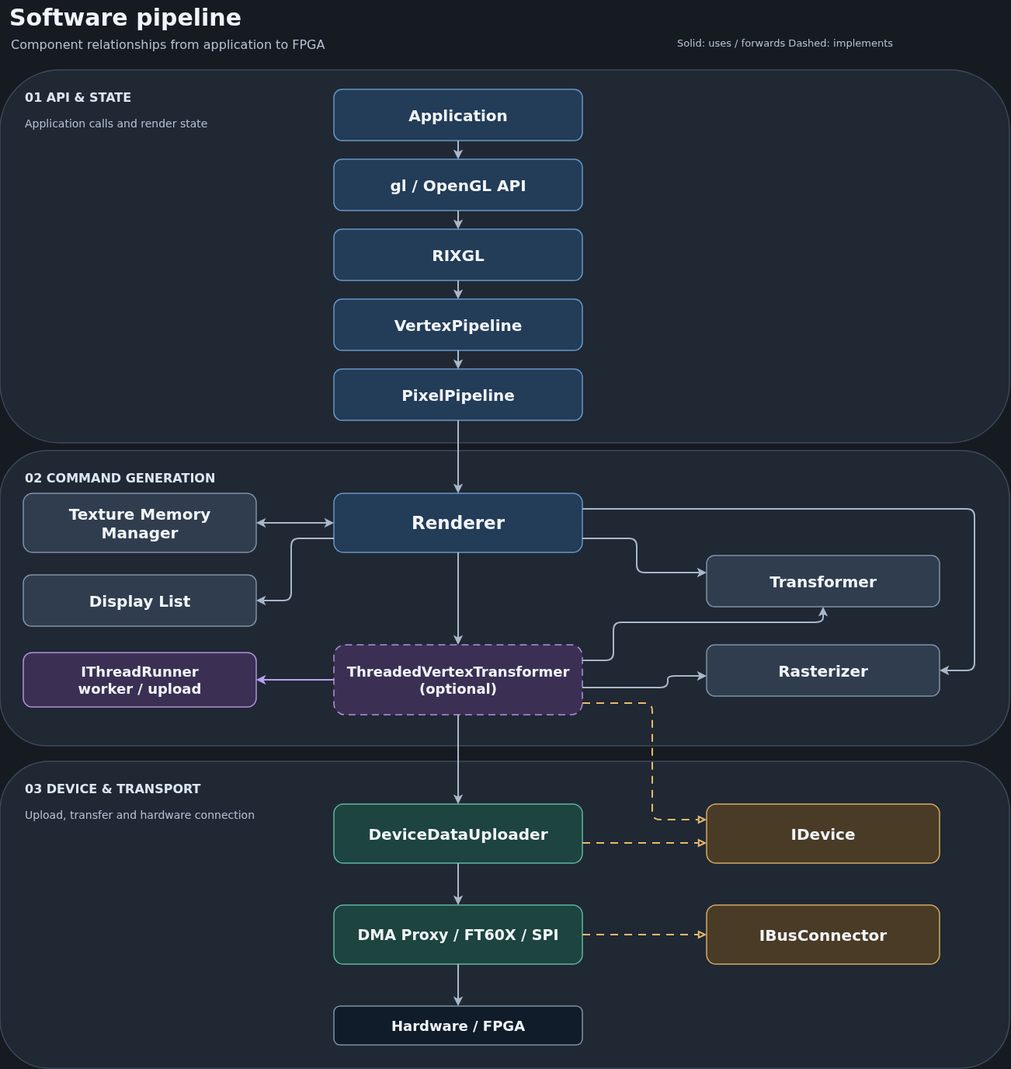
This is pictures/softwareFlow.drawio.png from ToNi3141/RasterIX, a draw.io export, as it was before one commit. Source tidied: cells renumbered, new cells last; positions are measured from the earlier drawing's top-left corner, leaving out a move shared by most shapes.
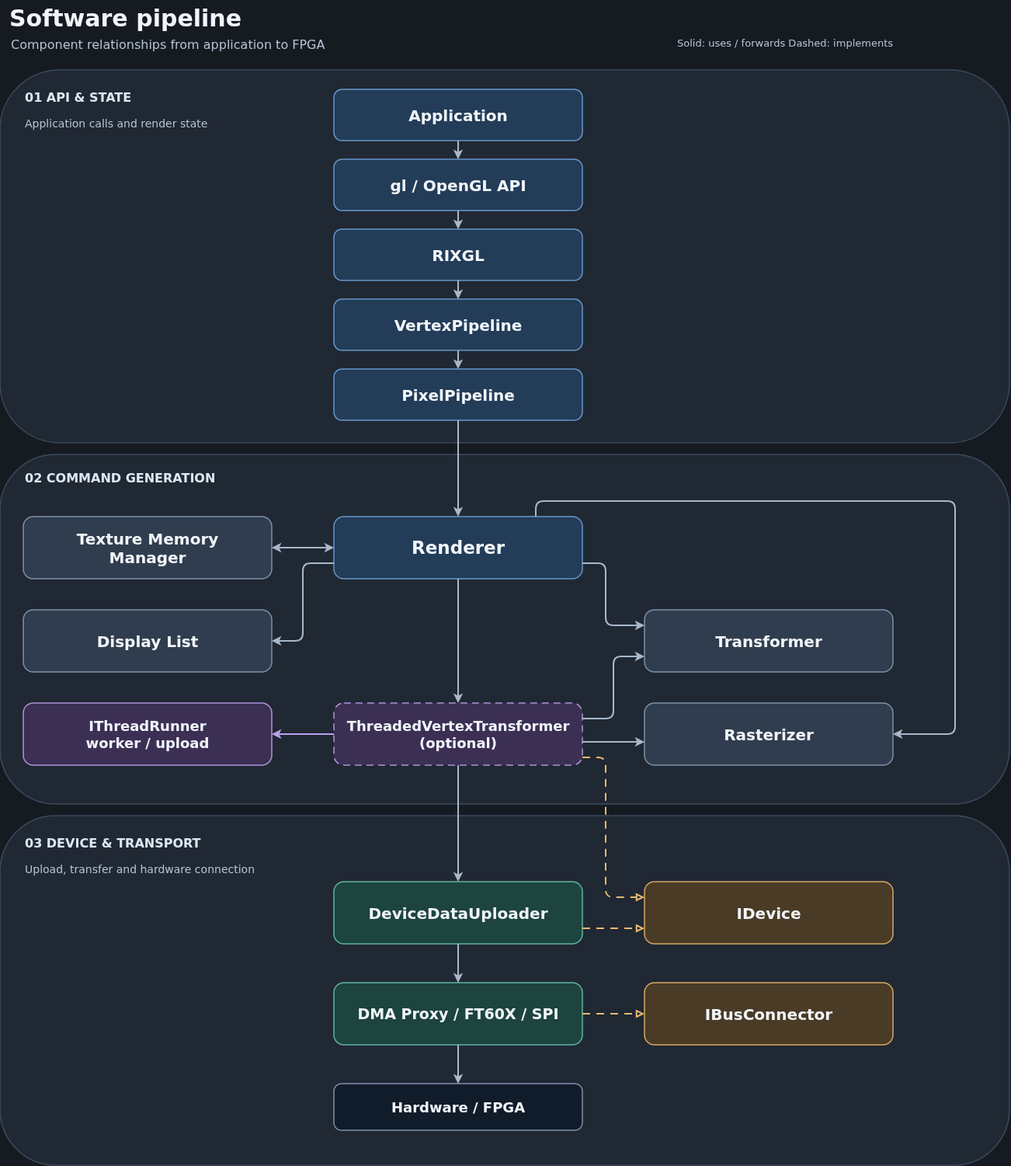
The same file after the commit.

What changed in the source:
```diff
@@ -12,19 +12,19 @@
       <mxGeometry x="30" y="145" width="390" height="28" as="geometry" />
     </mxCell>
     <mxCell id="5" style="rounded=1;whiteSpace=wrap;html=0;arcSize=16;fillColor=#202833;strokeColor=#3d4a5c;strokeWidth=1.5;fontFamily=DejaVu Sans;fontSize=20;fontColor=#f1f5f9;fontStyle=0;" parent="1" vertex="1">
-      <mxGeometry y="580" width="1300" height="380" as="geometry" />
+      <mxGeometry y="585" width="1300" height="450" as="geometry" />
     </mxCell>
     <mxCell id="6" value="02  COMMAND GENERATION" style="rounded=1;whiteSpace=wrap;html=0;arcSize=16;fillColor=none;strokeColor=none;strokeWidth=1.5;fontFamily=DejaVu Sans;fontSize=16;fontColor=#dbe7f3;fontStyle=1;fillColor=none;strokeColor=none;align=left;" parent="1" vertex="1">
       <mxGeometry x="30" y="600" width="390" height="30" as="geometry" />
     </mxCell>
     <mxCell id="7" style="rounded=1;whiteSpace=wrap;html=0;arcSize=16;fillColor=#202833;strokeColor=#3d4a5c;strokeWidth=1.5;fontFamily=DejaVu Sans;fontSize=20;fontColor=#f1f5f9;fontStyle=0;" parent="1" vertex="1">
-      <mxGeometry y="980" width="1300" height="395" as="geometry" />
+      <mxGeometry y="1050" width="1300" height="450" as="geometry" />
     </mxCell>
     <mxCell id="8" value="03  DEVICE &amp; TRANSPORT" style="rounded=1;whiteSpace=wrap;html=0;arcSize=16;fillColor=none;strokeColor=none;strokeWidth=1.5;fontFamily=DejaVu Sans;fontSize=16;fontColor=#dbe7f3;fontStyle=1;fillColor=none;strokeColor=none;align=left;" parent="1" vertex="1">
-      <mxGeometry x="30" y="1000" width="390" height="30" as="geometry" />
+      <mxGeometry x="30" y="1070" width="390" height="30" as="geometry" />
     </mxCell>
     <mxCell id="9" value="Upload, transfer and hardware connection" style="rounded=1;whiteSpace=wrap;html=0;arcSize=16;fillColor=none;strokeColor=none;strokeWidth=1.5;fontFamily=DejaVu Sans;fontSize=14;fontColor=#b4c2d3;fontStyle=0;fillColor=none;strokeColor=none;align=left;" parent="1" vertex="1">
-      <mxGeometry x="30" y="1035" width="390" height="28" as="geometry" />
+      <mxGeometry x="30" y="1105" width="370" height="28" as="geometry" />
     </mxCell>
     <mxCell id="10" value="Software pipeline" style="rounded=1;whiteSpace=wrap;html=0;arcSize=16;fillColor=none;strokeColor=none;strokeWidth=1.5;fontFamily=DejaVu Sans;fontSize=30;fontColor=#f1f5f9;fontStyle=1;fillColor=none;strokeColor=none;align=left;" parent="1" vertex="1">
       <mxGeometry x="10" width="900" height="45" as="geometry" />
@@ -51,40 +51,40 @@
       <mxGeometry x="430" y="475" width="320" height="66" as="geometry" />
     </mxCell>
     <mxCell id="18" value="Renderer" style="rounded=1;whiteSpace=wrap;html=0;arcSize=16;fillColor=#233c58;strokeColor=#6596c7;strokeWidth=1.5;fontFamily=DejaVu Sans;fontSize=23;fontColor=#f1f5f9;fontStyle=1;" parent="1" vertex="1">
-      <mxGeometry x="430" y="635" width="320" height="76" as="geometry" />
+      <mxGeometry x="430" y="665" width="320" height="80" as="geometry" />
     </mxCell>
     <mxCell id="19" value="Texture Memory&#10;Manager" style="rounded=1;whiteSpace=wrap;html=0;arcSize=16;fillColor=#303d4e;strokeColor=#7d91a9;strokeWidth=1.5;fontFamily=DejaVu Sans;fontSize=20;fontColor=#f1f5f9;fontStyle=1;" parent="1" vertex="1">
-      <mxGeometry x="30" y="635" width="300" height="76" as="geometry" />
+      <mxGeometry x="30" y="665" width="320" height="80" as="geometry" />
     </mxCell>
     <mxCell id="20" value="Display List" style="rounded=1;whiteSpace=wrap;html=0;arcSize=16;fillColor=#303d4e;strokeColor=#7d91a9;strokeWidth=1.5;fontFamily=DejaVu Sans;fontSize=20;fontColor=#f1f5f9;fontStyle=1;" parent="1" vertex="1">
-      <mxGeometry x="30" y="740" width="300" height="66" as="geometry" />
+      <mxGeometry x="30" y="785" width="320" height="80" as="geometry" />
     </mxCell>
     <mxCell id="21" value="Transformer" style="rounded=1;whiteSpace=wrap;html=0;arcSize=16;fillColor=#303d4e;strokeColor=#7d91a9;strokeWidth=1.5;fontFamily=DejaVu Sans;fontSize=20;fontColor=#f1f5f9;fontStyle=1;" parent="1" vertex="1">
-      <mxGeometry x="910" y="715" width="300" height="66" as="geometry" />
+      <mxGeometry x="830" y="785" width="320" height="80" as="geometry" />
     </mxCell>
     <mxCell id="22" value="Rasterizer" style="rounded=1;whiteSpace=wrap;html=0;arcSize=16;fillColor=#303d4e;strokeColor=#7d91a9;strokeWidth=1.5;fontFamily=DejaVu Sans;fontSize=20;fontColor=#f1f5f9;fontStyle=1;" parent="1" vertex="1">
-      <mxGeometry x="910" y="830" width="300" height="66" as="geometry" />
+      <mxGeometry x="830" y="905" width="320" height="80" as="geometry" />
     </mxCell>
     <mxCell id="23" value="ThreadedVertexTransformer&#10;(optional)" style="rounded=1;whiteSpace=wrap;html=0;arcSize=16;fillColor=#3b3054;strokeColor=#af93d9;strokeWidth=1.5;fontFamily=DejaVu Sans;fontSize=18;fontColor=#f1f5f9;fontStyle=1;dashed=1;dashPattern=6 4;" parent="1" vertex="1">
-      <mxGeometry x="430" y="830" width="320" height="90" as="geometry" />
+      <mxGeometry x="430" y="905" width="320" height="80" as="geometry" />
     </mxCell>
     <mxCell id="24" value="IThreadRunner&#10;worker / upload" style="rounded=1;whiteSpace=wrap;html=0;arcSize=16;fillColor=#3b3054;strokeColor=#af93d9;strokeWidth=1.5;fontFamily=DejaVu Sans;fontSize=18;fontColor=#f1f5f9;fontStyle=1;" parent="1" vertex="1">
-      <mxGeometry x="30" y="840" width="300" height="70" as="geometry" />
+      <mxGeometry x="30" y="905" width="320" height="80" as="geometry" />
     </mxCell>
     <mxCell id="25" value="DeviceDataUploader" style="rounded=1;whiteSpace=wrap;html=0;arcSize=16;fillColor=#1d443f;strokeColor=#60b4a2;strokeWidth=1.5;fontFamily=DejaVu Sans;fontSize=20;fontColor=#f1f5f9;fontStyle=1;" parent="1" vertex="1">
-      <mxGeometry x="430" y="1035" width="320" height="76" as="geometry" />
+      <mxGeometry x="430" y="1135" width="320" height="80" as="geometry" />
     </mxCell>
     <mxCell id="26" value="IDevice" style="rounded=1;whiteSpace=wrap;html=0;arcSize=16;fillColor=#493b26;strokeColor=#d4aa65;strokeWidth=1.5;fontFamily=DejaVu Sans;fontSize=20;fontColor=#f1f5f9;fontStyle=1;" parent="1" vertex="1">
-      <mxGeometry x="910" y="1035" width="300" height="76" as="geometry" />
+      <mxGeometry x="830" y="1135" width="320" height="80" as="geometry" />
     </mxCell>
     <mxCell id="27" value="DMA Proxy / FT60X / SPI" style="rounded=1;whiteSpace=wrap;html=0;arcSize=16;fillColor=#1d443f;strokeColor=#60b4a2;strokeWidth=1.5;fontFamily=DejaVu Sans;fontSize=19;fontColor=#f1f5f9;fontStyle=1;" parent="1" vertex="1">
-      <mxGeometry x="430" y="1165" width="320" height="76" as="geometry" />
+      <mxGeometry x="430" y="1265" width="320" height="80" as="geometry" />
     </mxCell>
     <mxCell id="28" value="IBusConnector" style="rounded=1;whiteSpace=wrap;html=0;arcSize=16;fillColor=#493b26;strokeColor=#d4aa65;strokeWidth=1.5;fontFamily=DejaVu Sans;fontSize=20;fontColor=#f1f5f9;fontStyle=1;" parent="1" vertex="1">
-      <mxGeometry x="910" y="1165" width="300" height="76" as="geometry" />
+      <mxGeometry x="830" y="1265" width="320" height="80" as="geometry" />
     </mxCell>
     <mxCell id="29" value="Hardware / FPGA" style="rounded=1;whiteSpace=wrap;html=0;arcSize=16;fillColor=#111c2b;strokeColor=#7d91a9;strokeWidth=1.5;fontFamily=DejaVu Sans;fontSize=18;fontColor=#f1f5f9;fontStyle=1;" parent="1" vertex="1">
-      <mxGeometry x="430" y="1295" width="320" height="50" as="geometry" />
+      <mxGeometry x="430" y="1395" width="320" height="60" as="geometry" />
     </mxCell>
     <mxCell id="30" style="edgeStyle=orthogonalEdgeStyle;rounded=1;html=0;strokeColor=#a8b8ca;strokeWidth=2;endArrow=classic;endFill=1;exitX=0.5;exitY=1.0;exitDx=0;exitDy=0;entryX=0.5;entryY=0.0;entryDx=0;entryDy=0;" parent="1" edge="1" source="13" target="14">
       <mxGeometry relative="1" as="geometry" />
@@ -116,59 +116,54 @@
     <mxCell id="39" style="edgeStyle=orthogonalEdgeStyle;rounded=1;html=0;strokeColor=#a8b8ca;strokeWidth=2;endArrow=classic;endFill=1;startArrow=classic;startFill=1;exitX=0.0;exitY=0.5;exitDx=0;exitDy=0;entryX=1.0;entryY=0.5;entryDx=0;entryDy=0;" parent="1" edge="1" source="18" target="19">
       <mxGeometry relative="1" as="geometry" />
     </mxCell>
-    <mxCell id="40" style="edgeStyle=orthogonalEdgeStyle;rounded=1;html=0;strokeColor=#a8b8ca;strokeWidth=2;endArrow=classic;endFill=1;exitX=0.0;exitY=0.7631578947368421;exitDx=0;exitDy=0;entryX=1.0;entryY=0.5;entryDx=0;entryDy=0;" parent="1" edge="1" source="18" target="20">
+    <mxCell id="40" style="edgeStyle=orthogonalEdgeStyle;rounded=1;html=0;strokeColor=#a8b8ca;strokeWidth=2;endArrow=classic;endFill=1;exitX=0.0;exitY=0.75;exitDx=0;exitDy=0;entryX=1.0;entryY=0.5;entryDx=0;entryDy=0;" parent="1" edge="1" source="18" target="20">
       <mxGeometry relative="1" as="geometry">
         <Array as="points">
-          <mxPoint x="375" y="693" />
-          <mxPoint x="375" y="773" />
+          <mxPoint x="390" y="725" />
+          <mxPoint x="390" y="825" />
         </Array>
       </mxGeometry>
     </mxCell>
-    <mxCell id="41" style="edgeStyle=orthogonalEdgeStyle;rounded=1;html=0;strokeColor=#a8b8ca;strokeWidth=2;endArrow=classic;endFill=1;exitX=1.0;exitY=0.7631578947368421;exitDx=0;exitDy=0;entryX=0.0;entryY=0.3333333333333333;entryDx=0;entryDy=0;" parent="1" edge="1" source="18" target="21">
+    <mxCell id="41" style="edgeStyle=orthogonalEdgeStyle;rounded=1;html=0;strokeColor=#a8b8ca;strokeWidth=2;endArrow=classic;endFill=1;exitX=1.0;exitY=0.75;exitDx=0;exitDy=0;entryX=0.0;entryY=0.25;entryDx=0;entryDy=0;" parent="1" edge="1" source="18" target="21">
       <mxGeometry relative="1" as="geometry">
         <Array as="points">
-          <mxPoint x="820" y="693" />
-          <mxPoint x="820" y="737" />
+          <mxPoint x="780" y="725" />
+          <mxPoint x="780" y="805" />
         </Array>
       </mxGeometry>
     </mxCell>
-    <mxCell id="42" style="edgeStyle=orthogonalEdgeStyle;rounded=1;html=0;strokeColor=#a8b8ca;strokeWidth=2;endArrow=classic;endFill=1;exitX=1.0;exitY=0.2631578947368421;exitDx=0;exitDy=0;entryX=1.0;entryY=0.5;entryDx=0;entryDy=0;" parent="1" edge="1" source="18" target="22">
+    <mxCell id="42" style="edgeStyle=orthogonalEdgeStyle;rounded=1;html=0;strokeColor=#a8b8ca;strokeWidth=2;endArrow=classic;endFill=1;exitX=0.8125;exitY=0.0;exitDx=0;exitDy=0;entryX=1.0;entryY=0.5;entryDx=0;entryDy=0;" parent="1" edge="1" source="18" target="22">
       <mxGeometry relative="1" as="geometry">
         <Array as="points">
-          <mxPoint x="1255" y="655" />
-          <mxPoint x="1255" y="863" />
+          <mxPoint x="690" y="645" />
+          <mxPoint x="1230" y="645" />
+          <mxPoint x="1230" y="945" />
         </Array>
       </mxGeometry>
     </mxCell>
-    <mxCell id="43" style="edgeStyle=orthogonalEdgeStyle;rounded=1;html=0;strokeColor=#a8b8ca;strokeWidth=2;endArrow=classic;endFill=1;exitX=1.0;exitY=0.2222222222222222;exitDx=0;exitDy=0;entryX=0.5;entryY=1.0;entryDx=0;entryDy=0;" parent="1" edge="1" source="23" target="21">
+    <mxCell id="43" style="edgeStyle=orthogonalEdgeStyle;rounded=1;html=0;strokeColor=#a8b8ca;strokeWidth=2;endArrow=classic;endFill=1;exitX=1.0;exitY=0.25;exitDx=0;exitDy=0;entryX=0.0;entryY=0.75;entryDx=0;entryDy=0;" parent="1" edge="1" source="23" target="21">
       <mxGeometry relative="1" as="geometry">
         <Array as="points">
-          <mxPoint x="790" y="850" />
-          <mxPoint x="790" y="801" />
-          <mxPoint x="1060" y="801" />
+          <mxPoint x="790" y="925" />
+          <mxPoint x="790" y="845" />
         </Array>
       </mxGeometry>
     </mxCell>
-    <mxCell id="44" style="edgeStyle=orthogonalEdgeStyle;rounded=1;html=0;strokeColor=#a8b8ca;strokeWidth=2;endArrow=classic;endFill=1;exitX=1.0;exitY=0.6111111111111112;exitDx=0;exitDy=0;entryX=0.0;entryY=0.6060606060606061;entryDx=0;entryDy=0;" parent="1" edge="1" source="23" target="22">
-      <mxGeometry relative="1" as="geometry">
-        <Array as="points">
-          <mxPoint x="860" y="885" />
-          <mxPoint x="860" y="870" />
-        </Array>
-      </mxGeometry>
+    <mxCell id="44" style="edgeStyle=orthogonalEdgeStyle;rounded=1;html=0;strokeColor=#a8b8ca;strokeWidth=2;endArrow=classic;endFill=1;exitX=1.0;exitY=0.625;exitDx=0;exitDy=0;entryX=0.0;entryY=0.625;entryDx=0;entryDy=0;" parent="1" edge="1" source="23" target="22">
+      <mxGeometry relative="1" as="geometry" />
     </mxCell>
     <mxCell id="45" style="edgeStyle=orthogonalEdgeStyle;rounded=1;html=0;strokeColor=#bca0ed;strokeWidth=2;endArrow=classic;endFill=1;exitX=0.0;exitY=0.5;exitDx=0;exitDy=0;entryX=1.0;entryY=0.5;entryDx=0;entryDy=0;" parent="1" edge="1" source="23" target="24">
       <mxGeometry relative="1" as="geometry" />
     </mxCell>
-    <mxCell id="46" style="edgeStyle=orthogonalEdgeStyle;rounded=1;html=0;strokeColor=#e9b96e;strokeWidth=2;endArrow=block;endFill=0;dashed=1;dashPattern=5 4;exitX=1.0;exitY=0.8333333333333334;exitDx=0;exitDy=0;entryX=0.0;entryY=0.2631578947368421;entryDx=0;entryDy=0;" parent="1" edge="1" source="23" target="26">
+    <mxCell id="46" style="edgeStyle=orthogonalEdgeStyle;rounded=1;html=0;strokeColor=#e9b96e;strokeWidth=2;endArrow=block;endFill=0;dashed=1;dashPattern=5 4;exitX=1.0;exitY=0.875;exitDx=0;exitDy=0;entryX=0.0;entryY=0.25;entryDx=0;entryDy=0;" parent="1" edge="1" source="23" target="26">
       <mxGeometry relative="1" as="geometry">
         <Array as="points">
-          <mxPoint x="840" y="905" />
-          <mxPoint x="840" y="1055" />
+          <mxPoint x="780" y="975" />
+          <mxPoint x="780" y="1155" />
         </Array>
       </mxGeometry>
     </mxCell>
-    <mxCell id="47" style="edgeStyle=orthogonalEdgeStyle;rounded=1;html=0;strokeColor=#e9b96e;strokeWidth=2;endArrow=block;endFill=0;dashed=1;dashPattern=5 4;exitX=1.0;exitY=0.6578947368421053;exitDx=0;exitDy=0;entryX=0.0;entryY=0.6578947368421053;entryDx=0;entryDy=0;" parent="1" edge="1" source="25" target="26">
+    <mxCell id="47" style="edgeStyle=orthogonalEdgeStyle;rounded=1;html=0;strokeColor=#e9b96e;strokeWidth=2;endArrow=block;endFill=0;dashed=1;dashPattern=5 4;exitX=1.0;exitY=0.75;exitDx=0;exitDy=0;entryX=0.0;entryY=0.75;entryDx=0;entryDy=0;" parent="1" edge="1" source="25" target="26">
       <mxGeometry relative="1" as="geometry" />
     </mxCell>
     <mxCell id="48" style="edgeStyle=orthogonalEdgeStyle;rounded=1;html=0;strokeColor=#e9b96e;strokeWidth=2;endArrow=block;endFill=0;dashed=1;dashPattern=5 4;exitX=1.0;exitY=0.5;exitDx=0;exitDy=0;entryX=0.0;entryY=0.5;entryDx=0;entryDy=0;" parent="1" edge="1" source="27" target="28">
```
